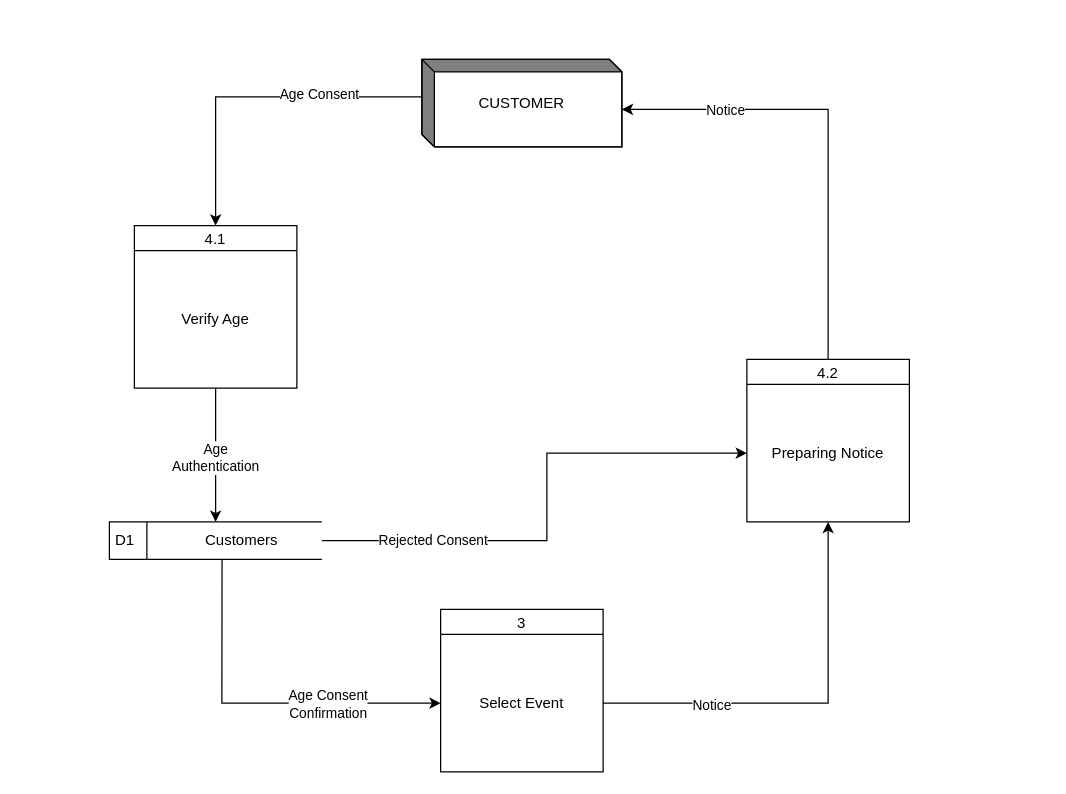
The draw.io diagram DFD lvl 1 (4.0).drawio in JussSelenite/JussSelenite, before the edit. Source tidied: cells renumbered, new cells numbered last; positions are measured from the earlier drawing's top-left corner, leaving out a move shared by most shapes. Both pictures are drawn from the tidied source at 125%, with x=0, y=0 at pixel (109, 59).
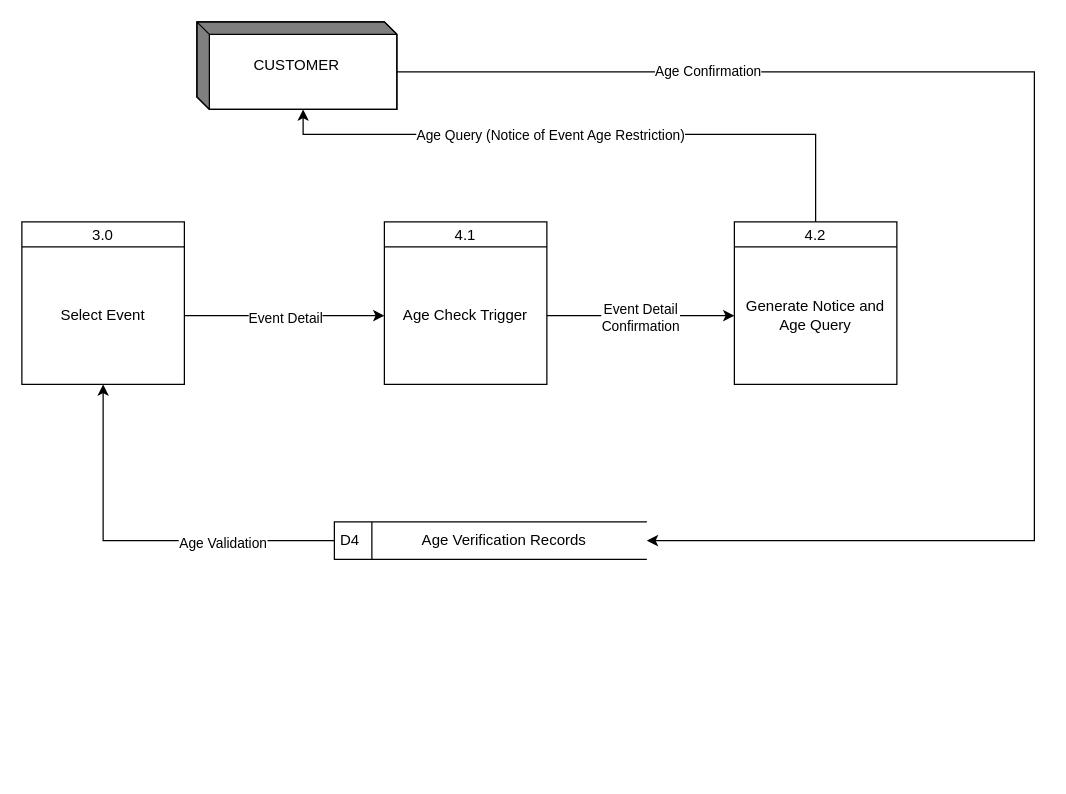
The same page after the edit.

The change refers to these unchanged cells:
```xml
<mxCell id="10" value="Select Event" style="text;html=1;strokeColor=none;fillColor=none;align=center;verticalAlign=middle;whiteSpace=wrap;rounded=0;" parent="9" vertex="1">
  <mxGeometry y="20" width="130" height="110" as="geometry" />
</mxCell>
```

Diff of the diagram source:
```diff
@@
     <mxCell id="2" value="CUSTOMER" style="html=1;dashed=0;whiteSpace=wrap;shape=mxgraph.dfd.externalEntity;" parent="1" vertex="1">
-      <mxGeometry x="250" width="160" height="70" as="geometry" />
+      <mxGeometry x="70" y="-30" width="160" height="70" as="geometry" />
     </mxCell>
-    <mxCell id="3" style="endArrow=classic;html=1;rounded=0;entryX=0.5;entryY=0;entryDx=0;entryDy=0;exitX=0;exitY=0;exitDx=0;exitDy=30;exitPerimeter=0;" parent="1" edge="1" source="2" target="7">
-      <mxGeometry relative="1" as="geometry">
-        <Array as="points">
-          <mxPoint x="85" y="30" />
-        </Array>
-      </mxGeometry>
-    </mxCell>
-    <mxCell id="4" value="Age Consent" style="edgeLabel;html=1;align=center;verticalAlign=middle;" parent="3" vertex="1">
-      <mxGeometry x="-0.38" y="-3" relative="1" as="geometry" />
-    </mxCell>
     <mxCell id="5" value="4.2" style="swimlane;fontStyle=0;horizontal=1;startSize=20;fillColor=#ffffff;swimlaneFillColor=#ffffff;" parent="1" vertex="1">
-      <mxGeometry x="510" y="240" width="130" height="130" as="geometry" />
+      <mxGeometry x="500" y="130" width="130" height="130" as="geometry" />
     </mxCell>
-    <mxCell id="6" value="Preparing Notice" style="text;html=1;strokeColor=none;fillColor=none;align=center;verticalAlign=middle;whiteSpace=wrap;rounded=0;" parent="5" vertex="1">
+    <mxCell id="6" value="Generate Notice and Age Query" style="text;html=1;strokeColor=none;fillColor=none;align=center;verticalAlign=middle;whiteSpace=wrap;rounded=0;" parent="5" vertex="1">
       <mxGeometry y="20" width="130" height="110" as="geometry" />
     </mxCell>
     <mxCell id="7" value="4.1" style="swimlane;fontStyle=0;horizontal=1;startSize=20;fillColor=#ffffff;swimlaneFillColor=#ffffff;" parent="1" vertex="1">
-      <mxGeometry x="20" y="133" width="130" height="130" as="geometry" />
+      <mxGeometry x="220" y="130" width="130" height="130" as="geometry" />
     </mxCell>
-    <mxCell id="8" value="Verify Age" style="text;html=1;strokeColor=none;fillColor=none;align=center;verticalAlign=middle;whiteSpace=wrap;rounded=0;" parent="7" vertex="1">
+    <mxCell id="8" value="Age Check Trigger" style="text;html=1;strokeColor=none;fillColor=none;align=center;verticalAlign=middle;whiteSpace=wrap;rounded=0;" parent="7" vertex="1">
       <mxGeometry y="20" width="130" height="110" as="geometry" />
     </mxCell>
-    <mxCell id="9" value="3" style="swimlane;fontStyle=0;horizontal=1;startSize=20;fillColor=#ffffff;swimlaneFillColor=#ffffff;" parent="1" vertex="1">
-      <mxGeometry x="265" y="440" width="130" height="130" as="geometry" />
+    <mxCell id="9" value="3.0" style="swimlane;fontStyle=0;horizontal=1;startSize=20;fillColor=#ffffff;swimlaneFillColor=#ffffff;" parent="1" vertex="1">
+      <mxGeometry x="-70" y="130" width="130" height="130" as="geometry" />
     </mxCell>
@@
-    <mxCell id="11" style="group;" parent="1" vertex="1">
-      <mxGeometry y="370" width="170" height="30" as="geometry" />
-    </mxCell>
-    <mxCell id="12" style="group;" parent="11" vertex="1">
-      <mxGeometry width="170" height="30" as="geometry" />
-    </mxCell>
-    <mxCell id="13" value="D1" style="html=1;dashed=0;whiteSpace=wrap;shape=mxgraph.dfd.dataStoreID;align=left;spacingLeft=3;points=[[0,0],[0.5,0],[1,0],[0,0.5],[1,0.5],[0,1],[0.5,1],[1,1]];" parent="12" vertex="1">
-      <mxGeometry width="170" height="30" as="geometry" />
+    <mxCell id="13" value="D4" style="html=1;dashed=0;whiteSpace=wrap;shape=mxgraph.dfd.dataStoreID;align=left;spacingLeft=3;points=[[0,0],[0.5,0],[1,0],[0,0.5],[1,0.5],[0,1],[0.5,1],[1,1]];" parent="1" vertex="1">
+      <mxGeometry x="180" y="370" width="250" height="30" as="geometry" />
     </mxCell>
-    <mxCell id="14" value="Customers" style="text;html=1;strokeColor=none;fillColor=none;align=center;verticalAlign=middle;whiteSpace=wrap;rounded=0;" parent="12" vertex="1">
-      <mxGeometry x="74.2" width="63.8" height="30" as="geometry" />
+    <mxCell id="14" value="Age Verification Records" style="text;html=1;strokeColor=none;fillColor=none;align=center;verticalAlign=middle;whiteSpace=wrap;rounded=0;" parent="1" vertex="1">
+      <mxGeometry x="240" y="370" width="151.9" height="30" as="geometry" />
     </mxCell>
-    <mxCell id="15" style="endArrow=classic;html=1;rounded=0;entryX=0.5;entryY=0;entryDx=0;entryDy=0;exitX=0.5;exitY=1;exitDx=0;exitDy=0;" parent="1" edge="1" source="8" target="13">
-      <mxGeometry relative="1" as="geometry" />
-    </mxCell>
-    <mxCell id="16" value="Age&lt;br&gt;Authentication" style="edgeLabel;html=1;align=center;verticalAlign=middle;" parent="15" vertex="1">
-      <mxGeometry x="0.02" y="-1" relative="1" as="geometry" />
-    </mxCell>
-    <mxCell id="17" style="endArrow=classic;html=1;rounded=0;entryX=0;entryY=0.5;entryDx=0;entryDy=0;exitX=0.25;exitY=1;exitDx=0;exitDy=0;" parent="1" edge="1" source="14" target="10">
-      <mxGeometry relative="1" as="geometry">
-        <Array as="points">
-          <mxPoint x="90" y="515" />
-        </Array>
-      </mxGeometry>
-    </mxCell>
-    <mxCell id="18" value="Age Consent&lt;br&gt;Confirmation" style="edgeLabel;html=1;align=center;verticalAlign=middle;" parent="17" vertex="1">
-      <mxGeometry x="0.38" y="4" relative="1" as="geometry">
-        <mxPoint y="4" as="offset" />
-      </mxGeometry>
-    </mxCell>
-    <mxCell id="19" style="endArrow=classic;html=1;rounded=0;entryX=0.5;entryY=1;entryDx=0;entryDy=0;exitX=1;exitY=0.5;exitDx=0;exitDy=0;" parent="1" edge="1" source="10" target="6">
-      <mxGeometry relative="1" as="geometry">
-        <Array as="points">
-          <mxPoint x="575" y="515" />
-        </Array>
-      </mxGeometry>
-    </mxCell>
-    <mxCell id="20" value="Notice" style="edgeLabel;html=1;align=center;verticalAlign=middle;" parent="19" vertex="1">
-      <mxGeometry x="-0.47" y="-4" relative="1" as="geometry">
-        <mxPoint y="-3" as="offset" />
-      </mxGeometry>
-    </mxCell>
-    <mxCell id="21" style="endArrow=classic;html=1;rounded=0;exitX=1;exitY=0.5;exitDx=0;exitDy=0;entryX=0;entryY=0.5;entryDx=0;entryDy=0;" parent="1" edge="1" source="13" target="6">
-      <mxGeometry relative="1" as="geometry">
-        <Array as="points">
-          <mxPoint x="350" y="385" />
-          <mxPoint x="350" y="315" />
-        </Array>
-      </mxGeometry>
-    </mxCell>
-    <mxCell id="22" value="Rejected Consent" style="edgeLabel;html=1;align=center;verticalAlign=middle;" parent="21" vertex="1">
-      <mxGeometry x="-0.57" y="3" relative="1" as="geometry">
-        <mxPoint y="2" as="offset" />
-      </mxGeometry>
-    </mxCell>
+    <mxCell id="25" style="endArrow=classic;html=1;rounded=0;exitX=1;exitY=0.5;exitDx=0;exitDy=0;entryX=0;entryY=0.5;entryDx=0;entryDy=0;" parent="1" edge="1" source="10" target="8">
+      <mxGeometry relative="1" as="geometry" />
+    </mxCell>
+    <mxCell id="26" value="Event Detail" style="edgeLabel;html=1;align=center;verticalAlign=middle;" parent="25" vertex="1">
+      <mxGeometry y="-4" relative="1" as="geometry">
+        <mxPoint y="-3" as="offset" />
+      </mxGeometry>
+    </mxCell>
+    <mxCell id="27" style="endArrow=classic;html=1;rounded=0;exitX=1;exitY=0.5;exitDx=0;exitDy=0;entryX=0;entryY=0.5;entryDx=0;entryDy=0;" parent="1" edge="1" source="8" target="6">
+      <mxGeometry relative="1" as="geometry" />
+    </mxCell>
+    <mxCell id="28" value="Event Detail&lt;br&gt;Confirmation" style="edgeLabel;html=1;align=center;verticalAlign=middle;" parent="27" vertex="1">
+      <mxGeometry x="-0.02" y="1" relative="1" as="geometry">
+        <mxPoint y="2" as="offset" />
+      </mxGeometry>
+    </mxCell>
+    <mxCell id="29" style="endArrow=classic;html=1;rounded=0;exitX=0;exitY=0;exitDx=160;exitDy=40;exitPerimeter=0;entryX=1;entryY=0.5;entryDx=0;entryDy=0;" parent="1" edge="1" source="2" target="13">
+      <mxGeometry relative="1" as="geometry">
+        <Array as="points">
+          <mxPoint x="740" y="10" />
+          <mxPoint x="740" y="385" />
+        </Array>
+      </mxGeometry>
+    </mxCell>
+    <mxCell id="30" value="Age Confirmation" style="edgeLabel;html=1;align=center;verticalAlign=middle;" parent="29" vertex="1">
+      <mxGeometry x="-0.28" y="1" relative="1" as="geometry">
+        <mxPoint x="-182" as="offset" />
+      </mxGeometry>
+    </mxCell>
+    <mxCell id="31" style="endArrow=classic;html=1;rounded=0;exitX=0;exitY=0.5;exitDx=0;exitDy=0;entryX=0.5;entryY=1;entryDx=0;entryDy=0;" parent="1" edge="1" source="13" target="10">
+      <mxGeometry relative="1" as="geometry">
+        <Array as="points">
+          <mxPoint x="-5" y="385" />
+        </Array>
+      </mxGeometry>
+    </mxCell>
+    <mxCell id="32" value="Age Validation" style="edgeLabel;html=1;align=center;verticalAlign=middle;" parent="31" vertex="1">
+      <mxGeometry x="-0.42" y="1" relative="1" as="geometry" />
+    </mxCell>
-    <mxCell id="23" style="endArrow=classic;html=1;rounded=0;entryX=0;entryY=0;entryDx=160;entryDy=40;entryPerimeter=0;exitX=0.5;exitY=0;exitDx=0;exitDy=0;" parent="1" edge="1" source="5" target="2">
+    <mxCell id="23" style="endArrow=classic;html=1;rounded=0;entryX=0;entryY=0;entryDx=85;entryDy=70;entryPerimeter=0;exitX=0.5;exitY=0;exitDx=0;exitDy=0;" parent="1" edge="1" source="5" target="2">
       <mxGeometry relative="1" as="geometry">
         <Array as="points">
-          <mxPoint x="575" y="40" />
+          <mxPoint x="565" y="60" />
+          <mxPoint x="155" y="60" />
         </Array>
       </mxGeometry>
     </mxCell>
-    <mxCell id="24" value="Notice" style="edgeLabel;html=1;align=center;verticalAlign=middle;" parent="23" vertex="1">
-      <mxGeometry x="0.55" relative="1" as="geometry" />
-    </mxCell>
+    <mxCell id="33" value="Age Query (Notice of Event Age Restriction)" style="edgeLabel;html=1;align=center;verticalAlign=middle;" parent="23" vertex="1">
+      <mxGeometry x="0.13" relative="1" as="geometry" />
+    </mxCell>
```
